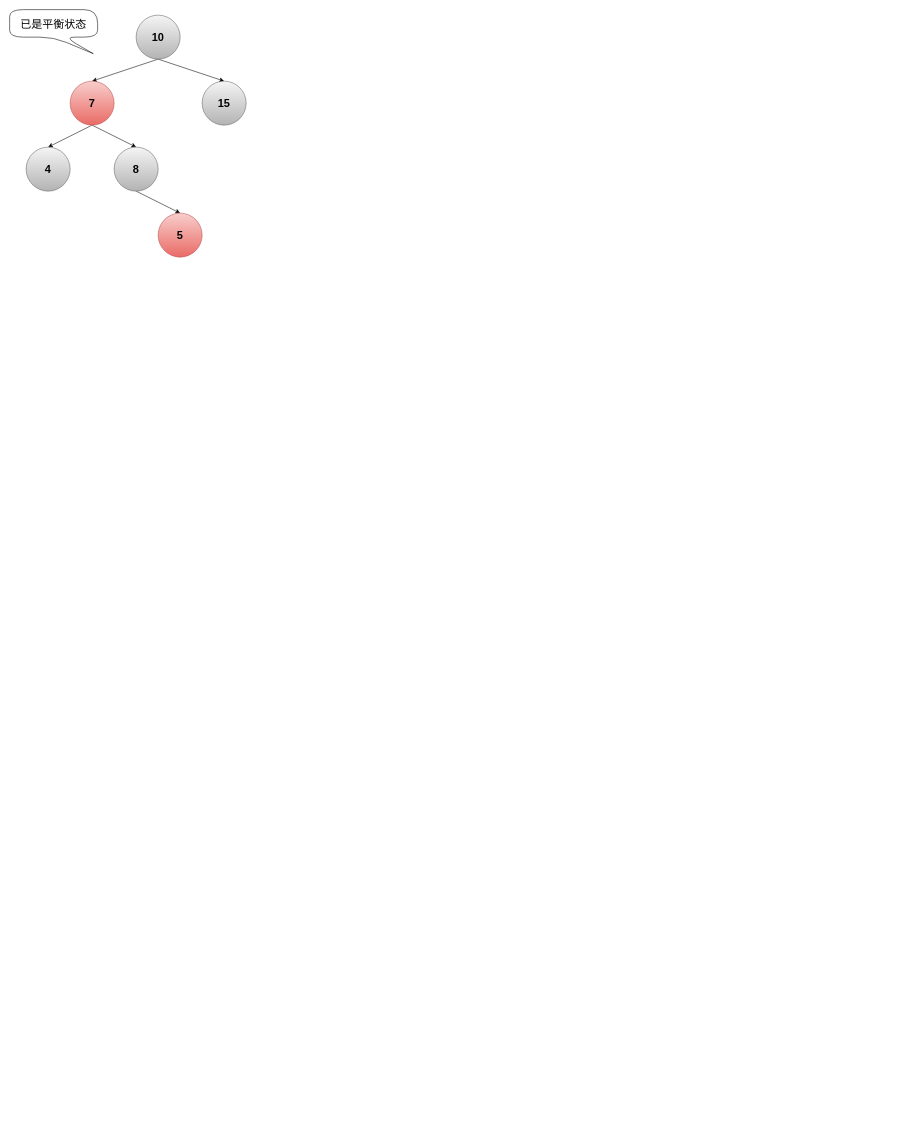
This is page "右右-伴有兄弟节点" (5 of 5) of typora/JavaSE/6 集合/drawio/HashMap/红黑树失衡情况.drawio from LDChing0321/JavaLearn, a draw.io file, before an edit. Source tidied: cells renumbered, new cells numbered last; positions are measured from the earlier drawing's top-left corner, leaving out a move shared by most shapes. Both pictures are drawn from the tidied source at 55%, with x=0, y=0 at pixel (9, 9).
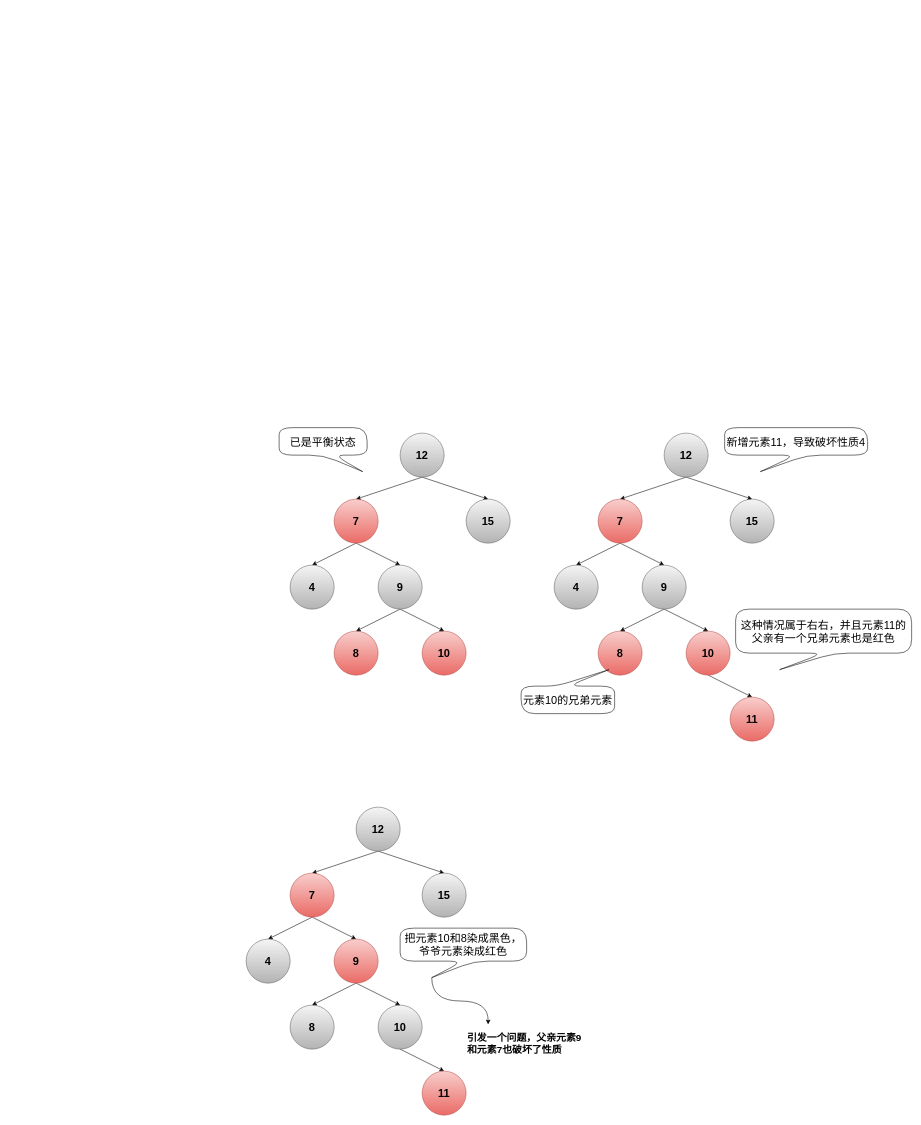
After the change.

Commit message:
更新红黑树失衡情况.drawio

What changed in the source:
```diff
@@
-    <mxCell id="2" style="rounded=0;jettySize=auto;html=1;exitX=0.5;exitY=1;exitDx=0;exitDy=0;entryX=0.5;entryY=0;entryDx=0;entryDy=0;fontSize=20;" parent="1" edge="1" source="4" target="7">
-      <mxGeometry relative="1" as="geometry" />
-    </mxCell>
-    <mxCell id="3" style="edgeStyle=none;rounded=0;jettySize=auto;html=1;exitX=0.5;exitY=1;exitDx=0;exitDy=0;entryX=0.5;entryY=0;entryDx=0;entryDy=0;fontSize=20;" parent="1" edge="1" source="4" target="8">
-      <mxGeometry relative="1" as="geometry" />
-    </mxCell>
+    <mxCell id="12" value="已是平衡状态" style="shape=callout;whiteSpace=wrap;html=1;perimeter=calloutPerimeter;fontSize=20;rounded=1;arcSize=50;position2=0.95;" parent="1" vertex="1">
+      <mxGeometry x="490" y="760" width="160" height="80" as="geometry" />
+    </mxCell>
+    <mxCell id="14" style="rounded=0;jettySize=auto;html=1;exitX=0.5;exitY=1;exitDx=0;exitDy=0;entryX=0.5;entryY=0;entryDx=0;entryDy=0;fontSize=20;" parent="1" edge="1" source="16" target="19">
+      <mxGeometry relative="1" as="geometry" />
+    </mxCell>
+    <mxCell id="15" style="edgeStyle=none;rounded=0;jettySize=auto;html=1;exitX=0.5;exitY=1;exitDx=0;exitDy=0;entryX=0.5;entryY=0;entryDx=0;entryDy=0;fontSize=20;" parent="1" edge="1" source="16" target="20">
+      <mxGeometry relative="1" as="geometry" />
+    </mxCell>
+    <mxCell id="16" value="&lt;b style=&quot;font-size: 20px;&quot;&gt;12&lt;/b&gt;" style="ellipse;whiteSpace=wrap;html=1;fontSize=20;fillColor=#f5f5f5;gradientColor=#b3b3b3;strokeColor=#666666;" parent="1" vertex="1">
+      <mxGeometry x="710" y="770" width="80" height="80" as="geometry" />
+    </mxCell>
+    <mxCell id="17" style="edgeStyle=none;rounded=0;jettySize=auto;html=1;exitX=0.5;exitY=1;exitDx=0;exitDy=0;entryX=0.5;entryY=0;entryDx=0;entryDy=0;fontSize=20;" parent="1" edge="1" source="19" target="21">
+      <mxGeometry relative="1" as="geometry" />
+    </mxCell>
+    <mxCell id="18" style="edgeStyle=none;rounded=0;jettySize=auto;html=1;exitX=0.5;exitY=1;exitDx=0;exitDy=0;entryX=0.5;entryY=0;entryDx=0;entryDy=0;fontSize=20;" parent="1" edge="1" source="19">
+      <mxGeometry relative="1" as="geometry">
+        <mxPoint x="710" y="1010" as="targetPoint" />
+      </mxGeometry>
+    </mxCell>
+    <mxCell id="19" value="&lt;b style=&quot;font-size: 20px;&quot;&gt;7&lt;/b&gt;" style="ellipse;whiteSpace=wrap;html=1;fontSize=20;fillColor=#f8cecc;strokeColor=#b85450;gradientColor=#ea6b66;" parent="1" vertex="1">
+      <mxGeometry x="590" y="890" width="80" height="80" as="geometry" />
+    </mxCell>
+    <mxCell id="20" value="&lt;b style=&quot;font-size: 20px;&quot;&gt;15&lt;/b&gt;" style="ellipse;whiteSpace=wrap;html=1;fontSize=20;fillColor=#f5f5f5;gradientColor=#b3b3b3;strokeColor=#666666;" parent="1" vertex="1">
+      <mxGeometry x="830" y="890" width="80" height="80" as="geometry" />
+    </mxCell>
+    <mxCell id="21" value="&lt;b style=&quot;font-size: 20px;&quot;&gt;4&lt;/b&gt;" style="ellipse;whiteSpace=wrap;html=1;fontSize=20;fillColor=#f5f5f5;gradientColor=#b3b3b3;strokeColor=#666666;" parent="1" vertex="1">
+      <mxGeometry x="510" y="1010" width="80" height="80" as="geometry" />
+    </mxCell>
+    <mxCell id="22" value="&lt;b style=&quot;font-size: 20px;&quot;&gt;10&lt;/b&gt;" style="ellipse;whiteSpace=wrap;html=1;fontSize=20;fillColor=#f8cecc;gradientColor=#ea6b66;strokeColor=#b85450;" parent="1" vertex="1">
+      <mxGeometry x="750" y="1130" width="80" height="80" as="geometry" />
+    </mxCell>
+    <mxCell id="23" value="&lt;b style=&quot;font-size: 20px;&quot;&gt;8&lt;/b&gt;" style="ellipse;whiteSpace=wrap;html=1;fontSize=20;fillColor=#f8cecc;gradientColor=#ea6b66;strokeColor=#b85450;" parent="1" vertex="1">
+      <mxGeometry x="590" y="1130" width="80" height="80" as="geometry" />
+    </mxCell>
+    <mxCell id="24" style="rounded=0;jettySize=auto;html=1;exitX=0.5;exitY=1;exitDx=0;exitDy=0;entryX=0.5;entryY=0;entryDx=0;entryDy=0;fontSize=15;" parent="1" edge="1" source="26" target="23">
+      <mxGeometry relative="1" as="geometry" />
+    </mxCell>
+    <mxCell id="25" style="edgeStyle=none;rounded=0;jettySize=auto;html=1;exitX=0.5;exitY=1;exitDx=0;exitDy=0;entryX=0.5;entryY=0;entryDx=0;entryDy=0;fontSize=15;" parent="1" edge="1" source="26" target="22">
+      <mxGeometry relative="1" as="geometry" />
+    </mxCell>
+    <mxCell id="26" value="&lt;b style=&quot;font-size: 20px;&quot;&gt;9&lt;/b&gt;" style="ellipse;whiteSpace=wrap;html=1;fontSize=20;fillColor=#f5f5f5;gradientColor=#b3b3b3;strokeColor=#666666;" parent="1" vertex="1">
+      <mxGeometry x="670" y="1010" width="80" height="80" as="geometry" />
+    </mxCell>
+    <mxCell id="27" style="rounded=0;jettySize=auto;html=1;exitX=0.5;exitY=1;exitDx=0;exitDy=0;entryX=0.5;entryY=0;entryDx=0;entryDy=0;fontSize=20;" parent="1" edge="1" source="29" target="32">
+      <mxGeometry relative="1" as="geometry" />
+    </mxCell>
+    <mxCell id="28" style="edgeStyle=none;rounded=0;jettySize=auto;html=1;exitX=0.5;exitY=1;exitDx=0;exitDy=0;entryX=0.5;entryY=0;entryDx=0;entryDy=0;fontSize=20;" parent="1" edge="1" source="29" target="33">
+      <mxGeometry relative="1" as="geometry" />
+    </mxCell>
+    <mxCell id="29" value="&lt;b style=&quot;font-size: 20px;&quot;&gt;12&lt;/b&gt;" style="ellipse;whiteSpace=wrap;html=1;fontSize=20;fillColor=#f5f5f5;gradientColor=#b3b3b3;strokeColor=#666666;" parent="1" vertex="1">
+      <mxGeometry x="1190" y="770" width="80" height="80" as="geometry" />
+    </mxCell>
+    <mxCell id="30" style="edgeStyle=none;rounded=0;jettySize=auto;html=1;exitX=0.5;exitY=1;exitDx=0;exitDy=0;entryX=0.5;entryY=0;entryDx=0;entryDy=0;fontSize=20;" parent="1" edge="1" source="32" target="34">
+      <mxGeometry relative="1" as="geometry" />
+    </mxCell>
+    <mxCell id="31" style="edgeStyle=none;rounded=0;jettySize=auto;html=1;exitX=0.5;exitY=1;exitDx=0;exitDy=0;entryX=0.5;entryY=0;entryDx=0;entryDy=0;fontSize=20;" parent="1" edge="1" source="32">
+      <mxGeometry relative="1" as="geometry">
+        <mxPoint x="1190" y="1010" as="targetPoint" />
+      </mxGeometry>
+    </mxCell>
+    <mxCell id="32" value="&lt;b style=&quot;font-size: 20px;&quot;&gt;7&lt;/b&gt;" style="ellipse;whiteSpace=wrap;html=1;fontSize=20;fillColor=#f8cecc;strokeColor=#b85450;gradientColor=#ea6b66;" parent="1" vertex="1">
+      <mxGeometry x="1070" y="890" width="80" height="80" as="geometry" />
+    </mxCell>
+    <mxCell id="33" value="&lt;b style=&quot;font-size: 20px;&quot;&gt;15&lt;/b&gt;" style="ellipse;whiteSpace=wrap;html=1;fontSize=20;fillColor=#f5f5f5;gradientColor=#b3b3b3;strokeColor=#666666;" parent="1" vertex="1">
+      <mxGeometry x="1310" y="890" width="80" height="80" as="geometry" />
+    </mxCell>
+    <mxCell id="34" value="&lt;b style=&quot;font-size: 20px;&quot;&gt;4&lt;/b&gt;" style="ellipse;whiteSpace=wrap;html=1;fontSize=20;fillColor=#f5f5f5;gradientColor=#b3b3b3;strokeColor=#666666;" parent="1" vertex="1">
+      <mxGeometry x="990" y="1010" width="80" height="80" as="geometry" />
+    </mxCell>
+    <mxCell id="35" style="rounded=0;jettySize=auto;html=1;exitX=0.5;exitY=1;exitDx=0;exitDy=0;entryX=0.5;entryY=0;entryDx=0;entryDy=0;" parent="1" edge="1" source="36" target="42">
+      <mxGeometry relative="1" as="geometry" />
+    </mxCell>
+    <mxCell id="36" value="&lt;b style=&quot;font-size: 20px;&quot;&gt;10&lt;/b&gt;" style="ellipse;whiteSpace=wrap;html=1;fontSize=20;fillColor=#f8cecc;gradientColor=#ea6b66;strokeColor=#b85450;" parent="1" vertex="1">
+      <mxGeometry x="1230" y="1130" width="80" height="80" as="geometry" />
+    </mxCell>
+    <mxCell id="37" value="&lt;b style=&quot;font-size: 20px;&quot;&gt;8&lt;/b&gt;" style="ellipse;whiteSpace=wrap;html=1;fontSize=20;fillColor=#f8cecc;gradientColor=#ea6b66;strokeColor=#b85450;" parent="1" vertex="1">
+      <mxGeometry x="1070" y="1130" width="80" height="80" as="geometry" />
+    </mxCell>
+    <mxCell id="38" style="rounded=0;jettySize=auto;html=1;exitX=0.5;exitY=1;exitDx=0;exitDy=0;entryX=0.5;entryY=0;entryDx=0;entryDy=0;fontSize=15;" parent="1" edge="1" source="40" target="37">
+      <mxGeometry relative="1" as="geometry" />
+    </mxCell>
+    <mxCell id="39" style="edgeStyle=none;rounded=0;jettySize=auto;html=1;exitX=0.5;exitY=1;exitDx=0;exitDy=0;entryX=0.5;entryY=0;entryDx=0;entryDy=0;fontSize=15;" parent="1" edge="1" source="40" target="36">
+      <mxGeometry relative="1" as="geometry" />
+    </mxCell>
+    <mxCell id="40" value="&lt;b style=&quot;font-size: 20px;&quot;&gt;9&lt;/b&gt;" style="ellipse;whiteSpace=wrap;html=1;fontSize=20;fillColor=#f5f5f5;gradientColor=#b3b3b3;strokeColor=#666666;" parent="1" vertex="1">
+      <mxGeometry x="1150" y="1010" width="80" height="80" as="geometry" />
+    </mxCell>
+    <mxCell id="41" value="新增元素11，导致破坏性质4" style="shape=callout;whiteSpace=wrap;html=1;perimeter=calloutPerimeter;fontSize=20;rounded=1;arcSize=50;position2=0.25;" parent="1" vertex="1">
+      <mxGeometry x="1300" y="760" width="260" height="80" as="geometry" />
+    </mxCell>
+    <mxCell id="42" value="&lt;b style=&quot;font-size: 20px;&quot;&gt;11&lt;/b&gt;" style="ellipse;whiteSpace=wrap;html=1;fontSize=20;fillColor=#f8cecc;gradientColor=#ea6b66;strokeColor=#b85450;" parent="1" vertex="1">
+      <mxGeometry x="1310" y="1250" width="80" height="80" as="geometry" />
+    </mxCell>
+    <mxCell id="43" value="&lt;span style=&quot;&quot;&gt;这种情况属于右右，并且元素11的父亲有一个兄弟元素也是红色&lt;/span&gt;" style="shape=callout;whiteSpace=wrap;html=1;perimeter=calloutPerimeter;fontSize=20;rounded=1;arcSize=50;position2=0.25;fontStyle=0;" parent="1" vertex="1">
+      <mxGeometry x="1320" y="1090" width="320" height="110" as="geometry" />
+    </mxCell>
+    <mxCell id="44" value="元素10的兄弟元素" style="shape=callout;whiteSpace=wrap;html=1;perimeter=calloutPerimeter;fontSize=20;rounded=1;arcSize=50;position2=0.06;direction=west;" parent="1" vertex="1">
+      <mxGeometry x="930" y="1200" width="170" height="80" as="geometry" />
+    </mxCell>
+    <mxCell id="45" style="rounded=0;jettySize=auto;html=1;exitX=0.5;exitY=1;exitDx=0;exitDy=0;entryX=0.5;entryY=0;entryDx=0;entryDy=0;fontSize=20;" parent="1" edge="1" source="47" target="50">
+      <mxGeometry relative="1" as="geometry" />
+    </mxCell>
+    <mxCell id="46" style="edgeStyle=none;rounded=0;jettySize=auto;html=1;exitX=0.5;exitY=1;exitDx=0;exitDy=0;entryX=0.5;entryY=0;entryDx=0;entryDy=0;fontSize=20;" parent="1" edge="1" source="47" target="51">
+      <mxGeometry relative="1" as="geometry" />
+    </mxCell>
+    <mxCell id="47" value="&lt;b style=&quot;font-size: 20px;&quot;&gt;12&lt;/b&gt;" style="ellipse;whiteSpace=wrap;html=1;fontSize=20;fillColor=#f5f5f5;gradientColor=#b3b3b3;strokeColor=#666666;" parent="1" vertex="1">
+      <mxGeometry x="630" y="1450" width="80" height="80" as="geometry" />
+    </mxCell>
+    <mxCell id="48" style="edgeStyle=none;rounded=0;jettySize=auto;html=1;exitX=0.5;exitY=1;exitDx=0;exitDy=0;entryX=0.5;entryY=0;entryDx=0;entryDy=0;fontSize=20;" parent="1" edge="1" source="50" target="52">
+      <mxGeometry relative="1" as="geometry" />
+    </mxCell>
+    <mxCell id="49" style="edgeStyle=none;rounded=0;jettySize=auto;html=1;exitX=0.5;exitY=1;exitDx=0;exitDy=0;entryX=0.5;entryY=0;entryDx=0;entryDy=0;fontSize=20;" parent="1" edge="1" source="50">
+      <mxGeometry relative="1" as="geometry">
+        <mxPoint x="630" y="1690" as="targetPoint" />
+      </mxGeometry>
+    </mxCell>
+    <mxCell id="50" value="&lt;b style=&quot;font-size: 20px;&quot;&gt;7&lt;/b&gt;" style="ellipse;whiteSpace=wrap;html=1;fontSize=20;fillColor=#f8cecc;strokeColor=#b85450;gradientColor=#ea6b66;" parent="1" vertex="1">
+      <mxGeometry x="510" y="1570" width="80" height="80" as="geometry" />
+    </mxCell>
+    <mxCell id="51" value="&lt;b style=&quot;font-size: 20px;&quot;&gt;15&lt;/b&gt;" style="ellipse;whiteSpace=wrap;html=1;fontSize=20;fillColor=#f5f5f5;gradientColor=#b3b3b3;strokeColor=#666666;" parent="1" vertex="1">
+      <mxGeometry x="750" y="1570" width="80" height="80" as="geometry" />
+    </mxCell>
+    <mxCell id="52" value="&lt;b style=&quot;font-size: 20px;&quot;&gt;4&lt;/b&gt;" style="ellipse;whiteSpace=wrap;html=1;fontSize=20;fillColor=#f5f5f5;gradientColor=#b3b3b3;strokeColor=#666666;" parent="1" vertex="1">
+      <mxGeometry x="430" y="1690" width="80" height="80" as="geometry" />
+    </mxCell>
+    <mxCell id="53" style="rounded=0;jettySize=auto;html=1;exitX=0.5;exitY=1;exitDx=0;exitDy=0;entryX=0.5;entryY=0;entryDx=0;entryDy=0;" parent="1" edge="1" source="4" target="57">
+      <mxGeometry relative="1" as="geometry" />
+    </mxCell>
     <mxCell id="4" value="&lt;b style=&quot;font-size: 20px;&quot;&gt;10&lt;/b&gt;" style="ellipse;whiteSpace=wrap;html=1;fontSize=20;fillColor=#f5f5f5;gradientColor=#b3b3b3;strokeColor=#666666;" parent="1" vertex="1">
-      <mxGeometry x="230" y="10" width="80" height="80" as="geometry" />
+      <mxGeometry x="670" y="1810" width="80" height="80" as="geometry" />
     </mxCell>
-    <mxCell id="5" style="edgeStyle=none;rounded=0;jettySize=auto;html=1;exitX=0.5;exitY=1;exitDx=0;exitDy=0;entryX=0.5;entryY=0;entryDx=0;entryDy=0;fontSize=20;" parent="1" edge="1" source="7" target="9">
-      <mxGeometry relative="1" as="geometry" />
-    </mxCell>
-    <mxCell id="6" style="edgeStyle=none;rounded=0;jettySize=auto;html=1;exitX=0.5;exitY=1;exitDx=0;exitDy=0;entryX=0.5;entryY=0;entryDx=0;entryDy=0;fontSize=20;" parent="1" edge="1" source="7" target="11">
-      <mxGeometry relative="1" as="geometry" />
-    </mxCell>
-    <mxCell id="7" value="&lt;b style=&quot;font-size: 20px;&quot;&gt;7&lt;/b&gt;" style="ellipse;whiteSpace=wrap;html=1;fontSize=20;fillColor=#f8cecc;strokeColor=#b85450;gradientColor=#ea6b66;" parent="1" vertex="1">
-      <mxGeometry x="110" y="130" width="80" height="80" as="geometry" />
-    </mxCell>
-    <mxCell id="8" value="&lt;b style=&quot;font-size: 20px;&quot;&gt;15&lt;/b&gt;" style="ellipse;whiteSpace=wrap;html=1;fontSize=20;fillColor=#f5f5f5;gradientColor=#b3b3b3;strokeColor=#666666;" parent="1" vertex="1">
-      <mxGeometry x="350" y="130" width="80" height="80" as="geometry" />
-    </mxCell>
-    <mxCell id="9" value="&lt;b style=&quot;font-size: 20px;&quot;&gt;4&lt;/b&gt;" style="ellipse;whiteSpace=wrap;html=1;fontSize=20;fillColor=#f5f5f5;gradientColor=#b3b3b3;strokeColor=#666666;" parent="1" vertex="1">
-      <mxGeometry x="30" y="250" width="80" height="80" as="geometry" />
-    </mxCell>
-    <mxCell id="10" style="edgeStyle=none;rounded=0;jettySize=auto;html=1;exitX=0.5;exitY=1;exitDx=0;exitDy=0;entryX=0.5;entryY=0;entryDx=0;entryDy=0;fontColor=#FFFFFF;" parent="1" edge="1" source="11" target="13">
-      <mxGeometry relative="1" as="geometry" />
-    </mxCell>
     <mxCell id="11" value="&lt;b style=&quot;font-size: 20px;&quot;&gt;8&lt;/b&gt;" style="ellipse;whiteSpace=wrap;html=1;fontSize=20;fillColor=#f5f5f5;gradientColor=#b3b3b3;strokeColor=#666666;" parent="1" vertex="1">
-      <mxGeometry x="190" y="250" width="80" height="80" as="geometry" />
+      <mxGeometry x="510" y="1810" width="80" height="80" as="geometry" />
     </mxCell>
-    <mxCell id="12" value="已是平衡状态" style="shape=callout;whiteSpace=wrap;html=1;perimeter=calloutPerimeter;fontSize=20;rounded=1;arcSize=50;position2=0.95;" parent="1" vertex="1">
-      <mxGeometry width="160" height="80" as="geometry" />
-    </mxCell>
-    <mxCell id="13" value="&lt;b style=&quot;font-size: 20px;&quot;&gt;5&lt;/b&gt;" style="ellipse;whiteSpace=wrap;html=1;fontSize=20;fillColor=#f8cecc;gradientColor=#ea6b66;strokeColor=#b85450;" parent="1" vertex="1">
-      <mxGeometry x="270" y="370" width="80" height="80" as="geometry" />
-    </mxCell>
+    <mxCell id="54" style="rounded=0;jettySize=auto;html=1;exitX=0.5;exitY=1;exitDx=0;exitDy=0;entryX=0.5;entryY=0;entryDx=0;entryDy=0;fontSize=15;" parent="1" edge="1" source="56" target="11">
+      <mxGeometry relative="1" as="geometry" />
+    </mxCell>
+    <mxCell id="55" style="edgeStyle=none;rounded=0;jettySize=auto;html=1;exitX=0.5;exitY=1;exitDx=0;exitDy=0;entryX=0.5;entryY=0;entryDx=0;entryDy=0;fontSize=15;" parent="1" edge="1" source="56" target="4">
+      <mxGeometry relative="1" as="geometry" />
+    </mxCell>
+    <mxCell id="56" value="&lt;b style=&quot;font-size: 20px;&quot;&gt;9&lt;/b&gt;" style="ellipse;whiteSpace=wrap;html=1;fontSize=20;fillColor=#f8cecc;gradientColor=#ea6b66;strokeColor=#b85450;" parent="1" vertex="1">
+      <mxGeometry x="590" y="1690" width="80" height="80" as="geometry" />
+    </mxCell>
+    <mxCell id="57" value="&lt;b style=&quot;font-size: 20px;&quot;&gt;11&lt;/b&gt;" style="ellipse;whiteSpace=wrap;html=1;fontSize=20;fillColor=#f8cecc;gradientColor=#ea6b66;strokeColor=#b85450;" parent="1" vertex="1">
+      <mxGeometry x="750" y="1930" width="80" height="80" as="geometry" />
+    </mxCell>
+    <mxCell id="58" style="edgeStyle=orthogonalEdgeStyle;rounded=0;jettySize=auto;html=1;exitX=0;exitY=0;exitDx=57.5;exitDy=90;exitPerimeter=0;entryX=0;entryY=0.5;entryDx=0;entryDy=0;curved=1;" parent="1" edge="1" source="59">
+      <mxGeometry relative="1" as="geometry">
+        <mxPoint x="870" y="1845" as="targetPoint" />
+      </mxGeometry>
+    </mxCell>
+    <mxCell id="59" value="把元素10和8染成黑色，爷爷元素染成红色" style="shape=callout;whiteSpace=wrap;html=1;perimeter=calloutPerimeter;fontSize=20;rounded=1;arcSize=50;position2=0.25;fontStyle=0;" parent="1" vertex="1">
+      <mxGeometry x="710" y="1670" width="230" height="90" as="geometry" />
+    </mxCell>
+    <mxCell id="60" value="引发一个问题，父亲元素9和元素7也破坏了性质" style="text;html=1;strokeColor=none;fillColor=none;align=left;verticalAlign=middle;whiteSpace=wrap;rounded=0;fontSize=18;fontStyle=1;" parent="1" vertex="1">
+      <mxGeometry x="830" y="1860" width="220" height="40" as="geometry" />
+    </mxCell>
```
